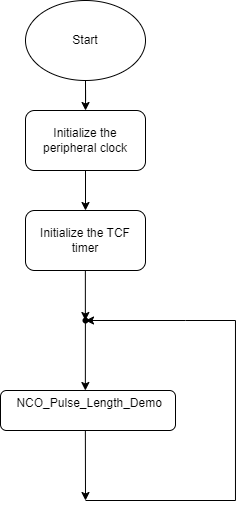
The draw.io diagram images/ncoPlFlowchart.png in microchip-pic-avr-examples/avr16eb32-getting-started-with-tcf-mplab-bare-metal, before a commit. Source tidied: cells renumbered, new cells last; positions are measured from the earlier drawing's top-left corner, leaving out a move shared by most shapes. Its diagram source:
```xml
<mxGraphModel>
  <root>
    <mxCell id="0" />
    <mxCell id="1" parent="0" />
    <mxCell id="2" style="edgeStyle=orthogonalEdgeStyle;rounded=0;jettySize=auto;html=1;" parent="1" edge="1" source="3" target="5">
      <mxGeometry relative="1" as="geometry" />
    </mxCell>
    <mxCell id="3" value="Start" style="ellipse;whiteSpace=wrap;html=1;" parent="1" vertex="1">
      <mxGeometry x="25" width="120" height="80" as="geometry" />
    </mxCell>
    <mxCell id="4" style="edgeStyle=orthogonalEdgeStyle;rounded=0;jettySize=auto;html=1;" parent="1" edge="1" source="5" target="6">
      <mxGeometry relative="1" as="geometry" />
    </mxCell>
    <mxCell id="5" value="Initialize the peripheral clock" style="rounded=1;whiteSpace=wrap;html=1;" parent="1" vertex="1">
      <mxGeometry x="25" y="110" width="120" height="60" as="geometry" />
    </mxCell>
    <mxCell id="6" value="Initialize the TCF timer" style="rounded=1;whiteSpace=wrap;html=1;" parent="1" vertex="1">
      <mxGeometry x="25" y="210" width="120" height="60" as="geometry" />
    </mxCell>
    <mxCell id="7" value="&lt;div&gt;&amp;nbsp;NCO_Pulse_Length_Demo&lt;/div&gt;&lt;div&gt;&lt;br&gt;&lt;/div&gt;" style="rounded=1;whiteSpace=wrap;html=1;" parent="1" vertex="1">
      <mxGeometry y="390" width="175" height="40" as="geometry" />
    </mxCell>
    <mxCell id="8" style="endArrow=classic;html=1;rounded=0;" parent="1" edge="1">
      <mxGeometry relative="1" as="geometry">
        <mxPoint x="84.9" y="270" as="sourcePoint" />
        <mxPoint x="84.9" y="320" as="targetPoint" />
      </mxGeometry>
    </mxCell>
    <mxCell id="9" style="endArrow=classic;html=1;rounded=0;entryX=0.441;entryY=0.667;entryDx=0;entryDy=0;entryPerimeter=0;" parent="1" edge="1">
      <mxGeometry relative="1" as="geometry">
        <mxPoint x="84.9" y="320" as="sourcePoint" />
        <mxPoint x="84.9" y="390" as="targetPoint" />
      </mxGeometry>
    </mxCell>
    <mxCell id="10" style="endArrow=classic;html=1;rounded=0;" parent="1" edge="1">
      <mxGeometry relative="1" as="geometry">
        <mxPoint x="84.9" y="430" as="sourcePoint" />
        <mxPoint x="85" y="500" as="targetPoint" />
      </mxGeometry>
    </mxCell>
    <mxCell id="11" style="endArrow=classic;html=1;rounded=0;edgeStyle=orthogonalEdgeStyle;" parent="1" edge="1" source="13">
      <mxGeometry relative="1" as="geometry">
        <mxPoint x="85" y="320" as="targetPoint" />
      </mxGeometry>
    </mxCell>
    <mxCell id="12" style="endArrow=classic;html=1;rounded=0;edgeStyle=orthogonalEdgeStyle;" parent="1" edge="1" target="13">
      <mxGeometry relative="1" as="geometry">
        <mxPoint x="85" y="500" as="sourcePoint" />
        <Array as="points">
          <mxPoint x="235" y="500" />
          <mxPoint x="235" y="320" />
          <mxPoint x="185" y="320" />
        </Array>
      </mxGeometry>
    </mxCell>
    <mxCell id="13" style="shape=waypoint;sketch=0;fillStyle=solid;size=6;points=[];fillColor=none;perimeter=centerPerimeter;snapToPoint=1;" parent="1" vertex="1">
      <mxGeometry x="75" y="310" width="20" height="20" as="geometry" />
    </mxCell>
  </root>
</mxGraphModel>
```
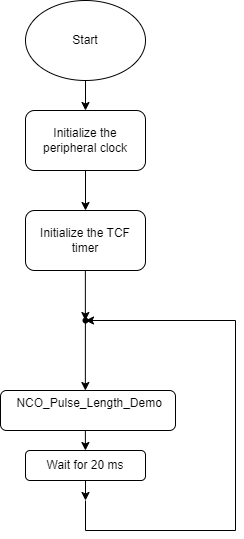
After the commit.

The edit, as a diff of the source:
```diff
@@ -32,9 +32,8 @@
         <mxPoint x="84.9" y="390" as="targetPoint" />
       </mxGeometry>
     </mxCell>
-    <mxCell id="10" style="endArrow=classic;html=1;rounded=0;" parent="1" edge="1">
+    <mxCell id="10" style="endArrow=classic;html=1;rounded=0;" parent="1" edge="1" source="15">
       <mxGeometry relative="1" as="geometry">
-        <mxPoint x="84.9" y="430" as="sourcePoint" />
         <mxPoint x="85" y="500" as="targetPoint" />
       </mxGeometry>
     </mxCell>
@@ -47,14 +46,22 @@
       <mxGeometry relative="1" as="geometry">
         <mxPoint x="85" y="500" as="sourcePoint" />
         <Array as="points">
-          <mxPoint x="235" y="500" />
+          <mxPoint x="85" y="530" />
+          <mxPoint x="235" y="530" />
           <mxPoint x="235" y="320" />
-          <mxPoint x="185" y="320" />
         </Array>
       </mxGeometry>
     </mxCell>
     <mxCell id="13" style="shape=waypoint;sketch=0;fillStyle=solid;size=6;points=[];fillColor=none;perimeter=centerPerimeter;snapToPoint=1;" parent="1" vertex="1">
       <mxGeometry x="75" y="310" width="20" height="20" as="geometry" />
     </mxCell>
+    <mxCell id="14" style="endArrow=classic;html=1;rounded=0;" parent="1" edge="1" target="15">
+      <mxGeometry relative="1" as="geometry">
+        <mxPoint x="84.9" y="430" as="sourcePoint" />
+      </mxGeometry>
+    </mxCell>
+    <mxCell id="15" value="Wait for 20 ms" style="rounded=1;whiteSpace=wrap;html=1;" parent="1" vertex="1">
+      <mxGeometry x="25" y="450" width="120" height="30" as="geometry" />
+    </mxCell>
   </root>
 </mxGraphModel>
```
